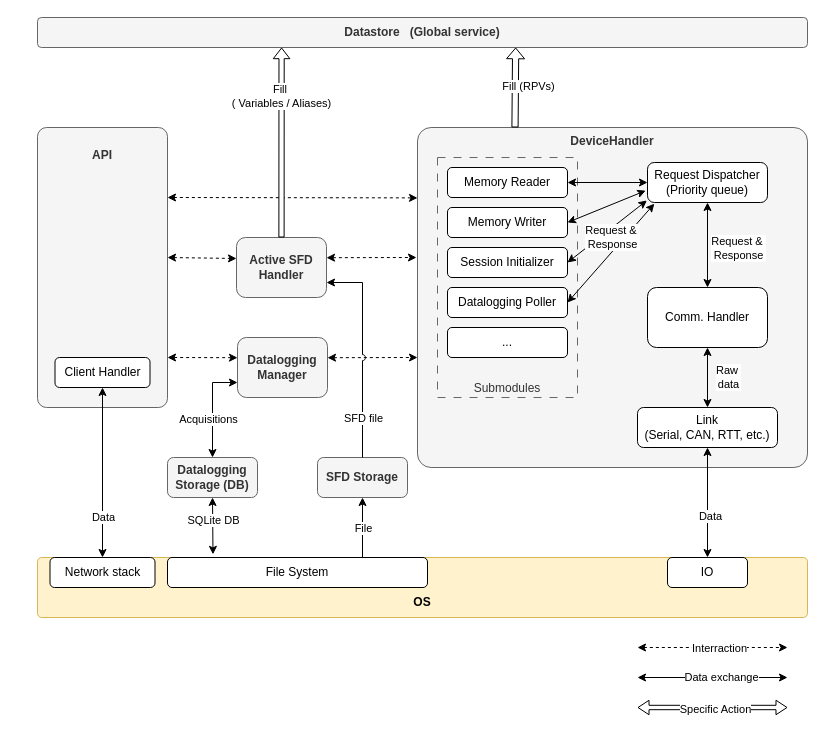
Before: draw.io/server_architecture.drawio in scrutinydebugger/scrutiny-devtools, a draw.io diagram. Source tidied: cells renumbered, new cells numbered last; positions are measured from the earlier drawing's top-left corner, leaving out a move shared by most shapes. Both pictures are drawn from the tidied source at 100%, with x=0, y=0 at pixel (17, 17).
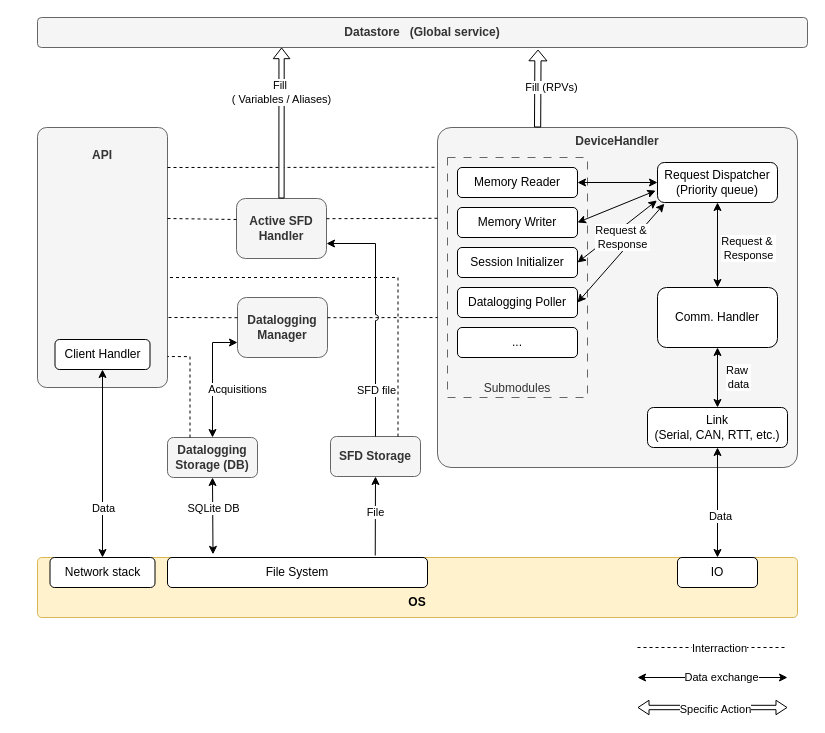
Above is the later version.

Unchanged cells that the change refers to:
```xml
<mxCell id="27" style="group;verticalAlign=top;" parent="1" vertex="1">
  <mxGeometry y="110" width="150" height="280" as="geometry" />
</mxCell>
<mxCell id="34" value="Datastore&amp;nbsp; &amp;nbsp;(Global service)" style="rounded=1;whiteSpace=wrap;html=1;arcSize=13;fontStyle=1;fillColor=#f5f5f5;fontColor=#333333;strokeColor=#666666;" parent="1" vertex="1">
  <mxGeometry x="20" width="770" height="30" as="geometry" />
</mxCell>
<mxCell id="48" value="File System" style="rounded=1;whiteSpace=wrap;html=1;" parent="1" vertex="1">
  <mxGeometry x="150" y="540" width="260" height="30" as="geometry" />
</mxCell>
```

What changed in the source:
```diff
@@
-    <mxCell id="2" style="edgeStyle=orthogonalEdgeStyle;rounded=0;jettySize=auto;html=1;exitX=0;exitY=0.75;exitDx=0;exitDy=0;entryX=0.5;entryY=0;entryDx=0;entryDy=0;jumpStyle=arc;startArrow=classic;startFill=1;" parent="1" edge="1" source="4" target="41">
+    <mxCell id="2" style="edgeStyle=orthogonalEdgeStyle;rounded=0;jettySize=auto;html=1;exitX=0;exitY=0.75;exitDx=0;exitDy=0;entryX=0.5;entryY=0;entryDx=0;entryDy=0;startArrow=classic;startFill=1;" parent="1" edge="1" source="4" target="41">
       <mxGeometry relative="1" as="geometry" />
     </mxCell>
     <mxCell id="3" value="Acquisitions" style="edgeLabel;html=1;align=center;verticalAlign=middle;" parent="2" vertex="1">
-      <mxGeometry x="0.45" y="-1" relative="1" as="geometry">
-        <mxPoint x="-4" y="-12" as="offset" />
+      <mxGeometry x="-0.34" y="-2" relative="1" as="geometry">
+        <mxPoint x="26" y="31" as="offset" />
       </mxGeometry>
     </mxCell>
     <mxCell id="4" value="Datalogging Manager" style="rounded=1;whiteSpace=wrap;html=1;fontStyle=1;fillColor=#f5f5f5;fontColor=#333333;strokeColor=#666666;" parent="1" vertex="1">
-      <mxGeometry x="220" y="320" width="90" height="60" as="geometry" />
+      <mxGeometry x="220" y="280" width="90" height="60" as="geometry" />
     </mxCell>
     <mxCell id="5" value="DeviceHandler" style="rounded=1;whiteSpace=wrap;html=1;arcSize=4;verticalAlign=top;fontStyle=1;fillColor=#f5f5f5;fontColor=#333333;strokeColor=#666666;" parent="1" vertex="1">
-      <mxGeometry x="400" y="110" width="390" height="340" as="geometry" />
+      <mxGeometry x="420" y="110" width="360" height="340" as="geometry" />
     </mxCell>
@@
     <mxCell id="8" value="Comm. Handler" style="rounded=1;whiteSpace=wrap;html=1;" parent="1" vertex="1">
-      <mxGeometry x="630" y="270" width="120" height="60" as="geometry" />
+      <mxGeometry x="640" y="270" width="120" height="60" as="geometry" />
     </mxCell>
-    <mxCell id="9" style="edgeStyle=none;rounded=0;jettySize=auto;html=1;exitX=0.5;exitY=1;exitDx=0;exitDy=0;entryX=0.5;entryY=0;entryDx=0;entryDy=0;startArrow=classic;startFill=1;" parent="1" edge="1" source="11" target="49">
+    <mxCell id="9" style="edgeStyle=none;rounded=0;jettySize=auto;html=1;exitX=0.5;exitY=1;exitDx=0;exitDy=0;startArrow=classic;startFill=1;entryX=0.5;entryY=0;entryDx=0;entryDy=0;" parent="1" edge="1" source="11" target="49">
       <mxGeometry relative="1" as="geometry" />
     </mxCell>
@@
     <mxCell id="11" value="Link&lt;br&gt;(Serial, CAN, RTT, etc.)" style="rounded=1;whiteSpace=wrap;html=1;" parent="1" vertex="1">
-      <mxGeometry x="620" y="390" width="140" height="40" as="geometry" />
+      <mxGeometry x="630" y="390" width="140" height="40" as="geometry" />
     </mxCell>
@@
     <mxCell id="14" value="Request Dispatcher&lt;br&gt;(Priority queue)" style="rounded=1;whiteSpace=wrap;html=1;arcSize=17;" parent="1" vertex="1">
-      <mxGeometry x="630" y="145" width="120" height="40" as="geometry" />
+      <mxGeometry x="640" y="145" width="120" height="40" as="geometry" />
     </mxCell>
     <mxCell id="15" value="Submodules" style="rounded=1;whiteSpace=wrap;html=1;dashed=1;dashPattern=8 8;arcSize=0;verticalAlign=bottom;fillColor=#f5f5f5;fontColor=#333333;strokeColor=#666666;" parent="1" vertex="1">
-      <mxGeometry x="420" y="140" width="140" height="240" as="geometry" />
+      <mxGeometry x="430" y="140" width="140" height="240" as="geometry" />
     </mxCell>
@@
     <mxCell id="17" value="Memory Reader" style="rounded=1;whiteSpace=wrap;html=1;" parent="1" vertex="1">
-      <mxGeometry x="430" y="150" width="120" height="30" as="geometry" />
+      <mxGeometry x="440" y="150" width="120" height="30" as="geometry" />
     </mxCell>
@@
     <mxCell id="19" value="Memory Writer" style="rounded=1;whiteSpace=wrap;html=1;" parent="1" vertex="1">
-      <mxGeometry x="430" y="190" width="120" height="30" as="geometry" />
+      <mxGeometry x="440" y="190" width="120" height="30" as="geometry" />
     </mxCell>
@@
     <mxCell id="21" value="Session Initializer" style="rounded=1;whiteSpace=wrap;html=1;" parent="1" vertex="1">
-      <mxGeometry x="430" y="230" width="120" height="30" as="geometry" />
+      <mxGeometry x="440" y="230" width="120" height="30" as="geometry" />
     </mxCell>
@@
     <mxCell id="24" value="Datalogging Poller" style="rounded=1;whiteSpace=wrap;html=1;" parent="1" vertex="1">
-      <mxGeometry x="430" y="270" width="120" height="30" as="geometry" />
+      <mxGeometry x="440" y="270" width="120" height="30" as="geometry" />
     </mxCell>
     <mxCell id="25" value="..." style="rounded=1;whiteSpace=wrap;html=1;" parent="1" vertex="1">
-      <mxGeometry x="430" y="310" width="120" height="30" as="geometry" />
+      <mxGeometry x="440" y="310" width="120" height="30" as="geometry" />
     </mxCell>
     <mxCell id="26" value="&lt;div&gt;&lt;br&gt;&lt;/div&gt;&lt;div&gt;&lt;br&gt;&lt;/div&gt;&lt;div&gt;OS&lt;/div&gt;" style="rounded=1;whiteSpace=wrap;html=1;fontStyle=1;fillColor=#fff2cc;strokeColor=#d6b656;arcSize=7;" parent="1" vertex="1">
-      <mxGeometry x="20" y="540" width="770" height="60" as="geometry" />
+      <mxGeometry x="20" y="540" width="760" height="60" as="geometry" />
     </mxCell>
@@
     <mxCell id="28" value="&lt;div&gt;&lt;br&gt;&lt;/div&gt;&lt;div&gt;API&lt;/div&gt;" style="rounded=1;whiteSpace=wrap;html=1;arcSize=7;fontStyle=1;verticalAlign=top;fillColor=#f5f5f5;fontColor=#333333;strokeColor=#666666;" parent="27" vertex="1">
-      <mxGeometry x="20" width="130" height="280" as="geometry" />
+      <mxGeometry x="20" width="130" height="260" as="geometry" />
     </mxCell>
     <mxCell id="29" value="Client Handler" style="rounded=1;whiteSpace=wrap;html=1;" parent="27" vertex="1">
-      <mxGeometry x="37.5" y="230" width="95" height="30" as="geometry" />
+      <mxGeometry x="37.5" y="212" width="95" height="30" as="geometry" />
     </mxCell>
@@
-    <mxCell id="32" style="edgeStyle=none;rounded=0;orthogonalLoop=1;jettySize=auto;html=1;exitX=0;exitY=0.5;exitDx=0;exitDy=0;entryX=1;entryY=0.142;entryDx=0;entryDy=0;entryPerimeter=0;startArrow=classic;startFill=1;dashed=1;" parent="1" edge="1">
+    <mxCell id="32" style="edgeStyle=none;rounded=0;orthogonalLoop=1;jettySize=auto;html=1;exitX=0;exitY=0.5;exitDx=0;exitDy=0;entryX=1;entryY=0.142;entryDx=0;entryDy=0;entryPerimeter=0;startArrow=none;startFill=0;dashed=1;endArrow=none;endFill=0;" parent="1" edge="1">
       <mxGeometry relative="1" as="geometry">
-        <mxPoint x="220" y="340.2" as="sourcePoint" />
-        <mxPoint x="150" y="340" as="targetPoint" />
+        <mxPoint x="220" y="300.2" as="sourcePoint" />
+        <mxPoint x="150" y="300" as="targetPoint" />
       </mxGeometry>
     </mxCell>
-    <mxCell id="33" style="edgeStyle=none;rounded=0;orthogonalLoop=1;jettySize=auto;html=1;exitX=1;exitY=0.5;exitDx=0;exitDy=0;entryX=0;entryY=0.117;entryDx=0;entryDy=0;entryPerimeter=0;startArrow=classic;startFill=1;dashed=1;" parent="1" edge="1">
+    <mxCell id="33" style="edgeStyle=none;rounded=0;jettySize=auto;html=1;exitX=1;exitY=0.5;exitDx=0;exitDy=0;entryX=0;entryY=0.559;entryDx=0;entryDy=0;entryPerimeter=0;startArrow=none;startFill=0;dashed=1;endArrow=none;endFill=0;" parent="1" edge="1" target="5">
       <mxGeometry relative="1" as="geometry">
-        <mxPoint x="310" y="340.2" as="sourcePoint" />
-        <mxPoint x="400" y="340" as="targetPoint" />
+        <mxPoint x="310" y="300.2" as="sourcePoint" />
       </mxGeometry>
     </mxCell>
@@
-    <mxCell id="35" style="edgeStyle=none;rounded=0;jettySize=auto;html=1;exitX=1;exitY=0.25;exitDx=0;exitDy=0;entryX=0;entryY=0.207;entryDx=0;entryDy=0;entryPerimeter=0;dashed=1;startArrow=classic;startFill=1;" parent="1" edge="1" source="28" target="5">
-      <mxGeometry relative="1" as="geometry" />
+    <mxCell id="35" style="edgeStyle=none;rounded=0;jettySize=auto;html=1;exitX=1;exitY=0.25;exitDx=0;exitDy=0;entryX=-0.006;entryY=0.117;entryDx=0;entryDy=0;entryPerimeter=0;dashed=1;startArrow=none;startFill=0;endArrow=none;endFill=0;" parent="1" edge="1" target="5">
+      <mxGeometry relative="1" as="geometry">
+        <mxPoint x="150" y="150" as="sourcePoint" />
+      </mxGeometry>
     </mxCell>
-    <mxCell id="36" style="edgeStyle=none;rounded=0;jettySize=auto;html=1;exitX=0.25;exitY=0;exitDx=0;exitDy=0;flowAnimation=0;shadow=0;jumpStyle=arc;shape=flexArrow;fillColor=default;width=6.19047619047619;endSize=3.2523809523809524;endWidth=10.861678004535147;entryX=0.621;entryY=1;entryDx=0;entryDy=0;entryPerimeter=0;" parent="1" edge="1" source="5" target="34">
+    <mxCell id="36" style="edgeStyle=none;rounded=0;jettySize=auto;html=1;flowAnimation=0;shadow=0;jumpStyle=arc;shape=flexArrow;fillColor=default;width=6.19047619047619;endSize=3.2523809523809524;endWidth=10.861678004535147;entryX=0.65;entryY=1.069;entryDx=0;entryDy=0;entryPerimeter=0;exitX=0.278;exitY=0;exitDx=0;exitDy=0;exitPerimeter=0;" parent="1" edge="1" source="5" target="34">
       <mxGeometry relative="1" as="geometry" />
     </mxCell>
@@
-    <mxCell id="38" style="edgeStyle=none;rounded=0;jettySize=auto;html=1;exitX=0.5;exitY=1;exitDx=0;exitDy=0;entryX=0.75;entryY=0;entryDx=0;entryDy=0;startArrow=classic;startFill=1;endArrow=none;endFill=0;" parent="1" edge="1" source="40" target="48">
+    <mxCell id="38" style="edgeStyle=none;rounded=0;jettySize=auto;html=1;exitX=0.5;exitY=1;exitDx=0;exitDy=0;entryX=0.799;entryY=-0.066;entryDx=0;entryDy=0;startArrow=classic;startFill=1;endArrow=none;endFill=0;entryPerimeter=0;" parent="1" edge="1" source="40" target="48">
       <mxGeometry relative="1" as="geometry" />
     </mxCell>
@@
     <mxCell id="40" value="SFD Storage" style="rounded=1;whiteSpace=wrap;html=1;fontStyle=1;fillColor=#f5f5f5;fontColor=#333333;strokeColor=#666666;" parent="1" vertex="1">
-      <mxGeometry x="300" y="440" width="90" height="40" as="geometry" />
+      <mxGeometry x="313" y="419" width="90" height="40" as="geometry" />
     </mxCell>
     <mxCell id="41" value="&lt;div&gt;Datalogging&lt;/div&gt;&lt;div&gt;Storage (DB)&lt;/div&gt;" style="rounded=1;whiteSpace=wrap;html=1;fontStyle=1;fillColor=#f5f5f5;fontColor=#333333;strokeColor=#666666;" parent="1" vertex="1">
-      <mxGeometry x="150" y="440" width="90" height="40" as="geometry" />
+      <mxGeometry x="150" y="420" width="90" height="40" as="geometry" />
     </mxCell>
     <mxCell id="42" value="Active SFD Handler" style="rounded=1;whiteSpace=wrap;html=1;fontStyle=1;fillColor=#f5f5f5;fontColor=#333333;strokeColor=#666666;" parent="1" vertex="1">
-      <mxGeometry x="219" y="220" width="90" height="60" as="geometry" />
+      <mxGeometry x="219" y="181" width="90" height="60" as="geometry" />
     </mxCell>
-    <mxCell id="43" style="edgeStyle=none;rounded=0;orthogonalLoop=1;jettySize=auto;html=1;exitX=1;exitY=0.5;exitDx=0;exitDy=0;entryX=0;entryY=0.676;entryDx=0;entryDy=0;entryPerimeter=0;startArrow=classic;startFill=1;endArrow=classic;endFill=1;dashed=1;" parent="1" edge="1">
+    <mxCell id="43" style="edgeStyle=none;rounded=0;jettySize=auto;html=1;exitX=1;exitY=0.5;exitDx=0;exitDy=0;entryX=0.001;entryY=0.267;entryDx=0;entryDy=0;entryPerimeter=0;startArrow=none;startFill=0;endArrow=none;endFill=0;dashed=1;" parent="1" edge="1" target="5">
       <mxGeometry relative="1" as="geometry">
-        <mxPoint x="309" y="240.2" as="sourcePoint" />
-        <mxPoint x="399" y="240" as="targetPoint" />
+        <mxPoint x="309" y="201.2" as="sourcePoint" />
       </mxGeometry>
     </mxCell>
-    <mxCell id="44" style="edgeStyle=none;rounded=0;orthogonalLoop=1;jettySize=auto;html=1;exitX=1.009;exitY=0.817;exitDx=0;exitDy=0;entryX=0;entryY=0.5;entryDx=0;entryDy=0;startArrow=classic;startFill=1;exitPerimeter=0;jumpStyle=arc;dashed=1;" parent="1" edge="1">
+    <mxCell id="44" style="edgeStyle=none;rounded=0;orthogonalLoop=1;jettySize=auto;html=1;exitX=1.009;exitY=0.817;exitDx=0;exitDy=0;entryX=0;entryY=0.5;entryDx=0;entryDy=0;startArrow=none;startFill=0;exitPerimeter=0;jumpStyle=arc;dashed=1;endArrow=none;endFill=0;" parent="1" edge="1">
       <mxGeometry relative="1" as="geometry">
-        <mxPoint x="150" y="240" as="sourcePoint" />
-        <mxPoint x="219" y="241" as="targetPoint" />
+        <mxPoint x="150" y="201" as="sourcePoint" />
+        <mxPoint x="219" y="202" as="targetPoint" />
       </mxGeometry>
     </mxCell>
@@
     <mxCell id="49" value="IO" style="rounded=1;whiteSpace=wrap;html=1;" parent="1" vertex="1">
-      <mxGeometry x="650" y="540" width="80" height="30" as="geometry" />
+      <mxGeometry x="660" y="540" width="80" height="30" as="geometry" />
     </mxCell>
@@
-    <mxCell id="54" style="edgeStyle=none;rounded=0;orthogonalLoop=1;jettySize=auto;html=1;entryX=0;entryY=0.117;entryDx=0;entryDy=0;entryPerimeter=0;startArrow=classic;startFill=1;dashed=1;" parent="1" edge="1">
+    <mxCell id="54" style="edgeStyle=none;rounded=0;orthogonalLoop=1;jettySize=auto;html=1;entryX=0;entryY=0.117;entryDx=0;entryDy=0;entryPerimeter=0;startArrow=none;startFill=0;dashed=1;endArrow=none;endFill=0;" parent="1" edge="1">
       <mxGeometry relative="1" as="geometry">
         <mxPoint x="620" y="630" as="sourcePoint" />
         <mxPoint x="770" y="630" as="targetPoint" />
       </mxGeometry>
     </mxCell>
@@
+    <mxCell id="60" style="edgeStyle=orthogonalEdgeStyle;rounded=0;jettySize=auto;html=1;exitX=0.25;exitY=0;exitDx=0;exitDy=0;entryX=1;entryY=0.881;entryDx=0;entryDy=0;entryPerimeter=0;startArrow=none;startFill=0;dashed=1;endArrow=none;endFill=0;" parent="1" edge="1" source="41" target="28">
+      <mxGeometry relative="1" as="geometry" />
+    </mxCell>
+    <mxCell id="61" style="edgeStyle=orthogonalEdgeStyle;rounded=0;jettySize=auto;html=1;exitX=0.75;exitY=0;exitDx=0;exitDy=0;entryX=1;entryY=0.577;entryDx=0;entryDy=0;entryPerimeter=0;startArrow=none;startFill=0;dashed=1;endArrow=none;endFill=0;" parent="1" edge="1" source="40" target="28">
+      <mxGeometry relative="1" as="geometry" />
+    </mxCell>
```
